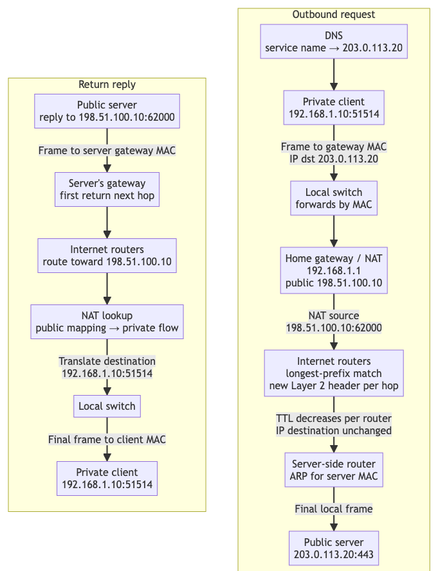
Before: assets/images/internet_l2_l3_nat_flow.png, a diagram exported from Mermaid (shan-weiqiang/shan-weiqiang.github.io). Its source is kept beside it as assets/images/internet_l2_l3_nat_flow.mmd. The source it was exported from:
```mermaid
flowchart TB
  subgraph Outbound["Outbound request"]
    direction TB
    DNS["DNS<br/>service name → 203.0.113.20"]
    C1["Private client<br/>192.168.1.10:51514"]
    S1["Local switch<br/>forwards by MAC"]
    N1["Home gateway / NAT<br/>192.168.1.1<br/>public 198.51.100.10"]
    R1["Internet routers<br/>longest-prefix match<br/>new Layer 2 header per hop"]
    E1["Server-side router<br/>ARP for server MAC"]
    W1["Public server<br/>203.0.113.20:443"]

    DNS --> C1
    C1 -- "Frame to gateway MAC<br/>IP dst 203.0.113.20" --> S1
    S1 --> N1
    N1 -- "NAT source<br/>198.51.100.10:62000" --> R1
    R1 -- "TTL decreases per router<br/>IP destination unchanged" --> E1
    E1 -- "Final local frame" --> W1
  end

  subgraph Return["Return reply"]
    direction TB
    C2["Private client<br/>192.168.1.10:51514"]
    S2["Local switch"]
    N2["NAT lookup<br/>public mapping → private flow"]
    R2["Internet routers<br/>route toward 198.51.100.10"]
    E2["Server's gateway<br/>first return next hop"]
    W2["Public server<br/>reply to 198.51.100.10:62000"]

    W2 -- "Frame to server gateway MAC" --> E2
    E2 --> R2
    R2 --> N2
    N2 -- "Translate destination<br/>192.168.1.10:51514" --> S2
    S2 -- "Final frame to client MAC" --> C2
  end
```
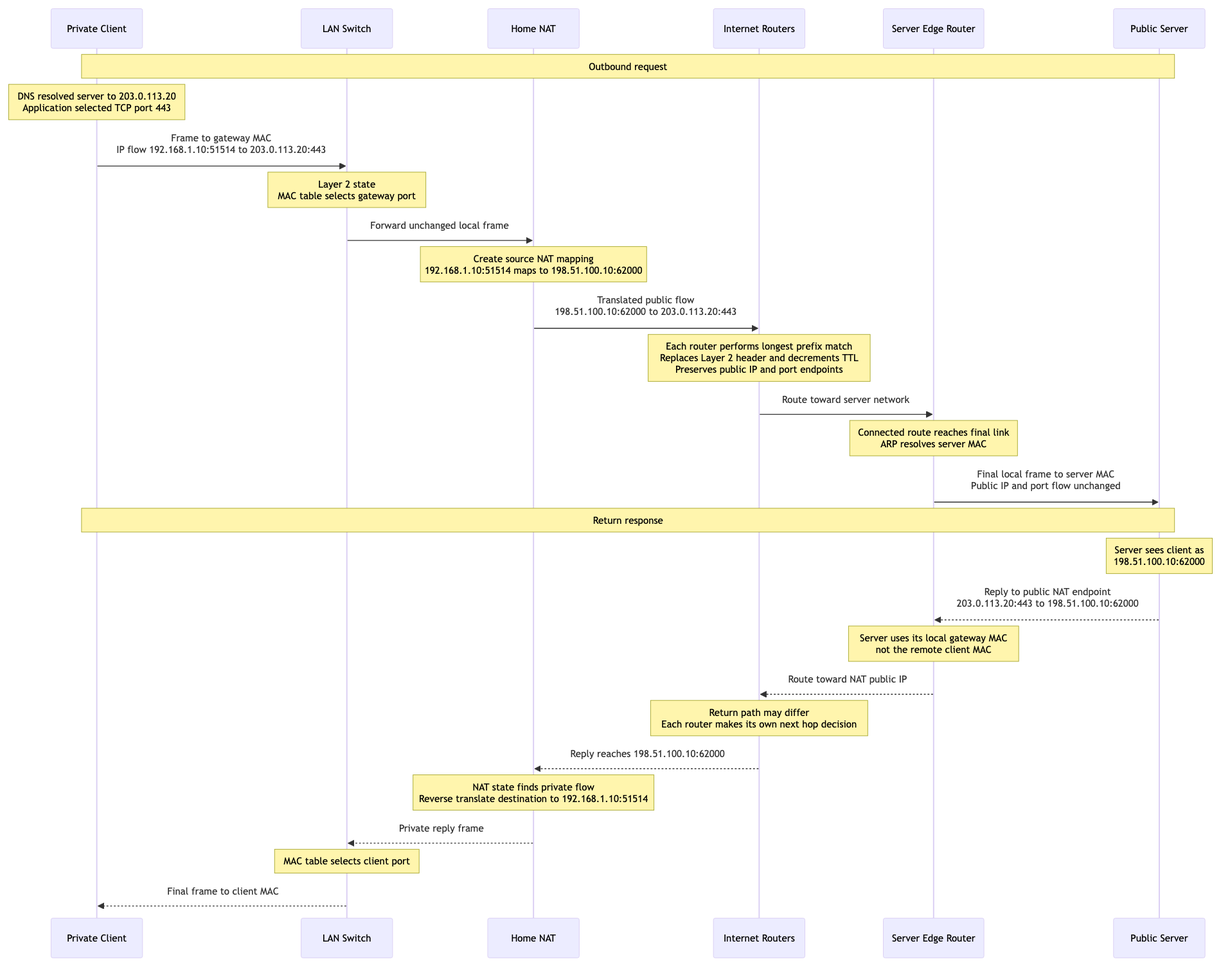
The same diagram one commit later.

Commit message:
network state

The edit, as a diff of the source:
```diff
@@ -1,34 +1,31 @@
-flowchart TB
-  subgraph Outbound["Outbound request"]
-    direction TB
-    DNS["DNS<br/>service name → 203.0.113.20"]
-    C1["Private client<br/>192.168.1.10:51514"]
-    S1["Local switch<br/>forwards by MAC"]
-    N1["Home gateway / NAT<br/>192.168.1.1<br/>public 198.51.100.10"]
-    R1["Internet routers<br/>longest-prefix match<br/>new Layer 2 header per hop"]
-    E1["Server-side router<br/>ARP for server MAC"]
-    W1["Public server<br/>203.0.113.20:443"]
+sequenceDiagram
+  participant C as Private Client
+  participant S as LAN Switch
+  participant N as Home NAT
+  participant R as Internet Routers
+  participant E as Server Edge Router
+  participant P as Public Server
 
-    DNS --> C1
-    C1 -- "Frame to gateway MAC<br/>IP dst 203.0.113.20" --> S1
-    S1 --> N1
-    N1 -- "NAT source<br/>198.51.100.10:62000" --> R1
-    R1 -- "TTL decreases per router<br/>IP destination unchanged" --> E1
-    E1 -- "Final local frame" --> W1
-  end
+  Note over C,P: Outbound request
+  Note over C: DNS resolved server to 203.0.113.20<br/>Application selected TCP port 443
+  C->>S: Frame to gateway MAC<br/>IP flow 192.168.1.10:51514 to 203.0.113.20:443
+  Note over S: Layer 2 state<br/>MAC table selects gateway port
+  S->>N: Forward unchanged local frame
+  Note over N: Create source NAT mapping<br/>192.168.1.10:51514 maps to 198.51.100.10:62000
+  N->>R: Translated public flow<br/>198.51.100.10:62000 to 203.0.113.20:443
+  Note over R: Each router performs longest prefix match<br/>Replaces Layer 2 header and decrements TTL<br/>Preserves public IP and port endpoints
+  R->>E: Route toward server network
+  Note over E: Connected route reaches final link<br/>ARP resolves server MAC
+  E->>P: Final local frame to server MAC<br/>Public IP and port flow unchanged
 
-  subgraph Return["Return reply"]
-    direction TB
-    C2["Private client<br/>192.168.1.10:51514"]
-    S2["Local switch"]
-    N2["NAT lookup<br/>public mapping → private flow"]
-    R2["Internet routers<br/>route toward 198.51.100.10"]
-    E2["Server's gateway<br/>first return next hop"]
-    W2["Public server<br/>reply to 198.51.100.10:62000"]
-
-    W2 -- "Frame to server gateway MAC" --> E2
-    E2 --> R2
-    R2 --> N2
-    N2 -- "Translate destination<br/>192.168.1.10:51514" --> S2
-    S2 -- "Final frame to client MAC" --> C2
-  end
+  Note over C,P: Return response
+  Note over P: Server sees client as<br/>198.51.100.10:62000
+  P-->>E: Reply to public NAT endpoint<br/>203.0.113.20:443 to 198.51.100.10:62000
+  Note over E: Server uses its local gateway MAC<br/>not the remote client MAC
+  E-->>R: Route toward NAT public IP
+  Note over R: Return path may differ<br/>Each router makes its own next hop decision
+  R-->>N: Reply reaches 198.51.100.10:62000
+  Note over N: NAT state finds private flow<br/>Reverse translate destination to 192.168.1.10:51514
+  N-->>S: Private reply frame
+  Note over S: MAC table selects client port
+  S-->>C: Final frame to client MAC
```
